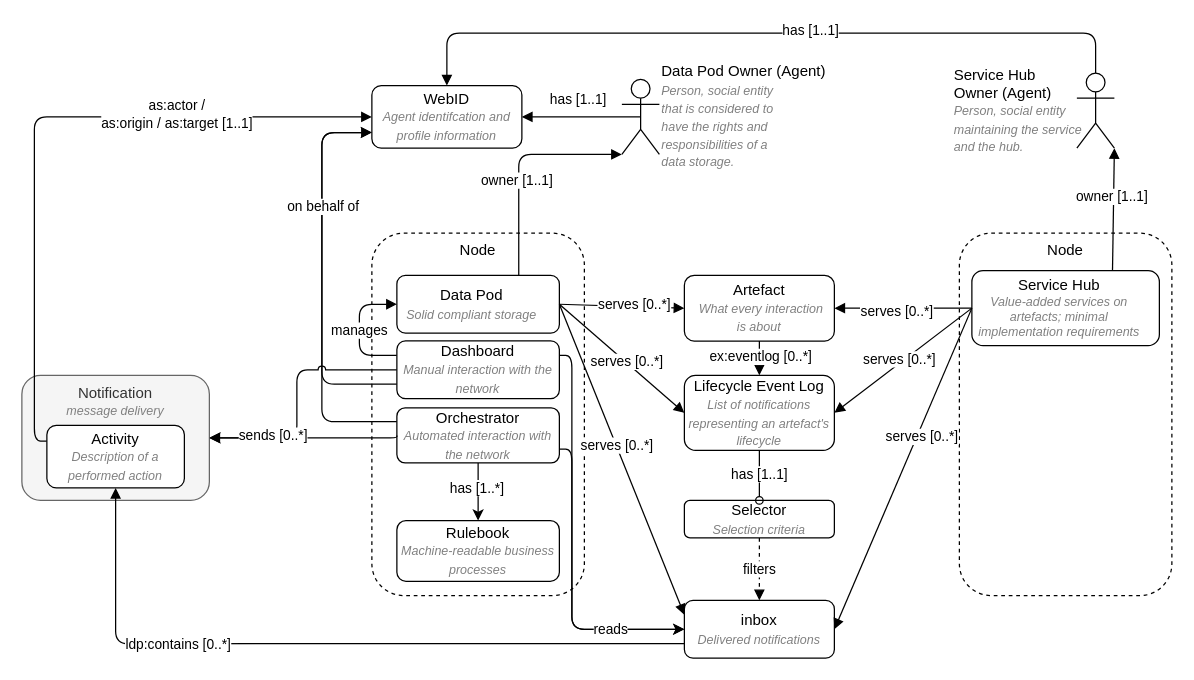
The draw.io diagram page "Solid" (2 of 3) of diagrams/terminology.drawio in MellonScholarlyCommunication/spec-overview, before the edit. Source tidied: cells renumbered, new cells numbered last; positions are measured from the earlier drawing's top-left corner, leaving out a move shared by most shapes. Both pictures are drawn from the tidied source at 125%, with x=0, y=0 at pixel (21, 32).
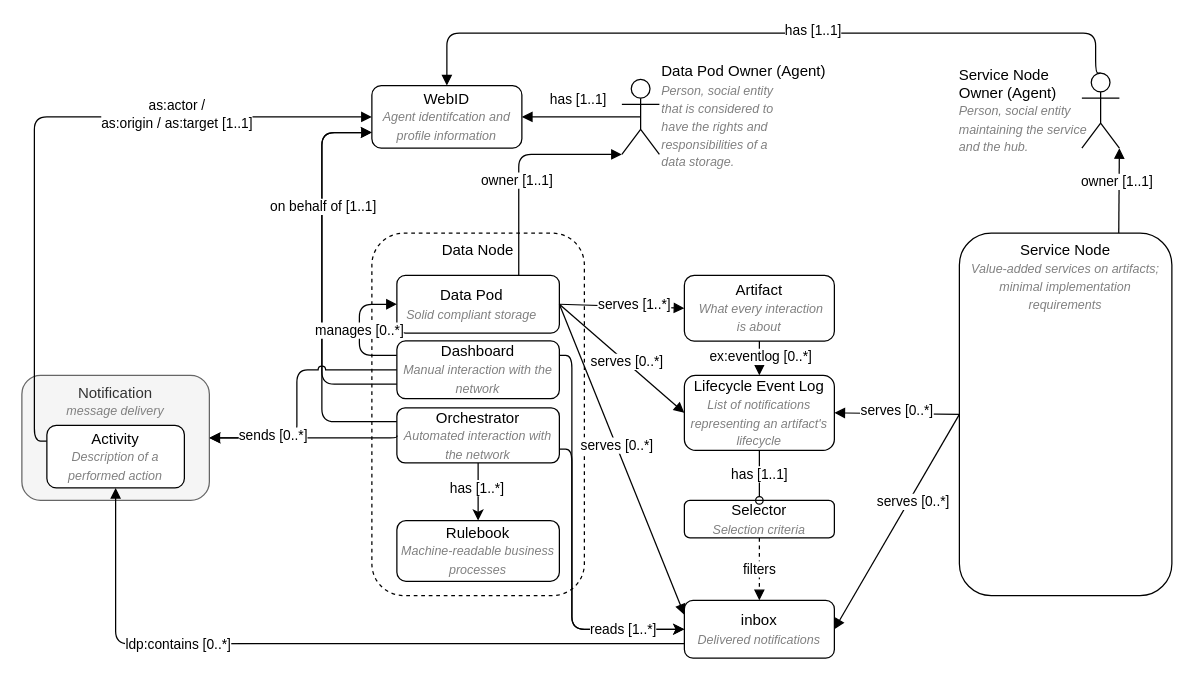
Above is the later version.

Unchanged cells that the change refers to:
```xml
<mxCell id="6" style="jumpStyle=arc;html=1;exitX=1;exitY=0.5;exitDx=0;exitDy=0;entryX=0;entryY=0.5;entryDx=0;entryDy=0;endArrow=block;endFill=1;" parent="1" edge="1" source="14" target="32">
  <mxGeometry relative="1" as="geometry" />
</mxCell>
<mxCell id="14" value="&lt;div&gt;Data Pod&lt;br&gt;&lt;/div&gt;&lt;div&gt;&lt;i&gt;&lt;font style=&quot;font-size: 10px&quot; color=&quot;#808080&quot;&gt;Solid compliant storage&lt;/font&gt;&lt;/i&gt;&lt;/div&gt;" style="rounded=1;whiteSpace=wrap;html=1;strokeWidth=1;strokeColor=default;align=center;verticalAlign=middle;spacingRight=10;fillColor=none;" parent="1" vertex="1">
  <mxGeometry x="300" y="193.8" width="130" height="46.2" as="geometry" />
</mxCell>
<mxCell id="17" style="edgeStyle=orthogonalEdgeStyle;jumpStyle=arc;html=1;exitX=1;exitY=0.75;exitDx=0;exitDy=0;entryX=0;entryY=0.5;entryDx=0;entryDy=0;endArrow=classic;endFill=1;" parent="1" edge="1" source="21" target="26">
  <mxGeometry relative="1" as="geometry">
    <Array as="points">
      <mxPoint x="440" y="333" />
      <mxPoint x="440" y="477" />
    </Array>
  </mxGeometry>
</mxCell>
<mxCell id="19" style="edgeStyle=orthogonalEdgeStyle;jumpStyle=arc;html=1;exitX=0;exitY=0.25;exitDx=0;exitDy=0;startArrow=none;startFill=0;endArrow=block;endFill=1;entryX=0;entryY=0.75;entryDx=0;entryDy=0;" parent="1" edge="1" source="21" target="46">
  <mxGeometry relative="1" as="geometry">
    <Array as="points">
      <mxPoint x="240" y="311" />
      <mxPoint x="240" y="80" />
    </Array>
  </mxGeometry>
</mxCell>
<mxCell id="24" value="Dashboard&lt;br&gt;&lt;i&gt;&lt;font style=&quot;font-size: 10px&quot; color=&quot;#808080&quot;&gt;Manual interaction with the network&lt;/font&gt;&lt;/i&gt;" style="rounded=1;whiteSpace=wrap;html=1;fillColor=default;" parent="1" vertex="1">
  <mxGeometry x="300" y="246.2" width="130" height="46.2" as="geometry" />
</mxCell>
<mxCell id="26" value="inbox&lt;br&gt;&lt;i&gt;&lt;font style=&quot;font-size: 10px&quot; color=&quot;#808080&quot;&gt;Delivered notifications&lt;/font&gt;&lt;/i&gt;" style="rounded=1;whiteSpace=wrap;html=1;fillColor=none;" parent="1" vertex="1">
  <mxGeometry x="530" y="453.8" width="120" height="46.2" as="geometry" />
</mxCell>
```

The edit, as a diff of the source:
```diff
@@
-    <mxCell id="2" value="Node" style="rounded=1;whiteSpace=wrap;html=1;dashed=1;verticalAlign=top;" parent="1" vertex="1">
+    <mxCell id="2" value="Service Node&lt;br&gt;&lt;i style=&quot;color: rgb(128 , 128 , 128) ; font-size: 10px&quot;&gt;Value-added services on artifacts; minimal implementation &lt;br&gt;requirements&lt;/i&gt;" style="rounded=1;whiteSpace=wrap;html=1;verticalAlign=top;" parent="1" vertex="1">
       <mxGeometry x="750" y="160" width="170" height="290" as="geometry" />
     </mxCell>
-    <mxCell id="3" value="Node" style="rounded=1;whiteSpace=wrap;html=1;dashed=1;verticalAlign=top;" parent="1" vertex="1">
+    <mxCell id="3" value="Data Node" style="rounded=1;whiteSpace=wrap;html=1;dashed=1;verticalAlign=top;" parent="1" vertex="1">
       <mxGeometry x="280" y="160" width="170" height="290" as="geometry" />
     </mxCell>
@@
-    <mxCell id="7" value="serves [0..*]" style="edgeLabel;html=1;align=center;verticalAlign=middle;" parent="6" vertex="1">
+    <mxCell id="7" value="serves [1..*]" style="edgeLabel;html=1;align=center;verticalAlign=middle;" parent="6" vertex="1">
       <mxGeometry x="0.18" y="2" relative="1" as="geometry" />
     </mxCell>
@@
-    <mxCell id="18" value="reads" style="edgeLabel;html=1;align=center;verticalAlign=middle;" parent="17" vertex="1">
+    <mxCell id="18" value="reads [1..*]" style="edgeLabel;html=1;align=center;verticalAlign=middle;" parent="17" vertex="1">
       <mxGeometry x="-0.1" y="4" relative="1" as="geometry">
-        <mxPoint x="26" y="44" as="offset" />
+        <mxPoint x="36" y="44" as="offset" />
       </mxGeometry>
     </mxCell>
@@
-    <mxCell id="20" value="on behalf of" style="edgeLabel;html=1;align=center;verticalAlign=middle;" parent="19" vertex="1">
+    <mxCell id="20" value="on behalf of [1..1]" style="edgeLabel;html=1;align=center;verticalAlign=middle;" parent="19" vertex="1">
       <mxGeometry x="0.4" relative="1" as="geometry" />
     </mxCell>
@@
-    <mxCell id="23" value="manages" style="edgeStyle=orthogonalEdgeStyle;jumpStyle=arc;html=1;exitX=0;exitY=0.25;exitDx=0;exitDy=0;entryX=0;entryY=0.5;entryDx=0;entryDy=0;startArrow=none;startFill=0;endArrow=block;endFill=1;" parent="1" edge="1" source="24" target="14">
+    <mxCell id="23" value="manages [0..*]" style="edgeStyle=orthogonalEdgeStyle;jumpStyle=arc;html=1;exitX=0;exitY=0.25;exitDx=0;exitDy=0;entryX=0;entryY=0.5;entryDx=0;entryDy=0;startArrow=none;startFill=0;endArrow=block;endFill=1;" parent="1" edge="1" source="24" target="14">
       <mxGeometry relative="1" as="geometry">
         <Array as="points">
           <mxPoint x="270" y="258" />
           <mxPoint x="270" y="217" />
         </Array>
       </mxGeometry>
     </mxCell>
@@
-    <mxCell id="29" value="Lifecycle Event Log&lt;br&gt;&lt;i&gt;&lt;font style=&quot;font-size: 10px&quot; color=&quot;#808080&quot;&gt;List of notifications representing an artefact's lifecycle&lt;/font&gt;&lt;/i&gt;" style="rounded=1;whiteSpace=wrap;html=1;fillColor=none;" parent="1" vertex="1">
+    <mxCell id="29" value="Lifecycle Event Log&lt;br&gt;&lt;i&gt;&lt;font style=&quot;font-size: 10px&quot; color=&quot;#808080&quot;&gt;List of notifications representing an artifact's lifecycle&lt;/font&gt;&lt;/i&gt;" style="rounded=1;whiteSpace=wrap;html=1;fillColor=none;" parent="1" vertex="1">
       <mxGeometry x="530" y="273.8" width="120" height="60" as="geometry" />
     </mxCell>
@@
-    <mxCell id="32" value="Artefact&lt;br&gt;&amp;nbsp;&lt;i&gt;&lt;font style=&quot;font-size: 10px&quot; color=&quot;#808080&quot;&gt;What every interaction &lt;br&gt;is about&lt;/font&gt;&lt;/i&gt;" style="rounded=1;whiteSpace=wrap;html=1;fillColor=none;strokeColor=#000000;strokeWidth=1;" parent="1" vertex="1">
+    <mxCell id="32" value="Artifact&lt;br&gt;&amp;nbsp;&lt;i&gt;&lt;font style=&quot;font-size: 10px&quot; color=&quot;#808080&quot;&gt;What every interaction &lt;br&gt;is about&lt;/font&gt;&lt;/i&gt;" style="rounded=1;whiteSpace=wrap;html=1;fillColor=none;strokeColor=#000000;strokeWidth=1;" parent="1" vertex="1">
       <mxGeometry x="530" y="193.8" width="120" height="52.5" as="geometry" />
     </mxCell>
@@
-    <mxCell id="47" style="edgeStyle=none;jumpStyle=arc;html=1;exitX=0;exitY=0.5;exitDx=0;exitDy=0;entryX=1;entryY=0.5;entryDx=0;entryDy=0;startArrow=none;startFill=0;endArrow=block;endFill=1;" parent="1" edge="1" source="55" target="32">
-      <mxGeometry relative="1" as="geometry" />
-    </mxCell>
-    <mxCell id="48" value="serves [0..*]" style="edgeLabel;html=1;align=center;verticalAlign=middle;" parent="47" vertex="1">
-      <mxGeometry x="0.11" y="2" relative="1" as="geometry" />
-    </mxCell>
-    <mxCell id="49" style="edgeStyle=none;jumpStyle=arc;html=1;exitX=0;exitY=0.5;exitDx=0;exitDy=0;entryX=1;entryY=0.5;entryDx=0;entryDy=0;startArrow=none;startFill=0;endArrow=block;endFill=1;" parent="1" edge="1" source="55" target="29">
+    <mxCell id="49" style="edgeStyle=none;jumpStyle=arc;html=1;exitX=0;exitY=0.5;exitDx=0;exitDy=0;entryX=1;entryY=0.5;entryDx=0;entryDy=0;startArrow=none;startFill=0;endArrow=block;endFill=1;" parent="1" edge="1" source="2" target="29">
       <mxGeometry relative="1" as="geometry" />
     </mxCell>
@@
-    <mxCell id="51" style="edgeStyle=none;jumpStyle=arc;html=1;exitX=0;exitY=0.5;exitDx=0;exitDy=0;entryX=1;entryY=0.5;entryDx=0;entryDy=0;startArrow=none;startFill=0;endArrow=block;endFill=1;" parent="1" edge="1" source="55" target="26">
+    <mxCell id="51" style="edgeStyle=none;jumpStyle=arc;html=1;exitX=0;exitY=0.5;exitDx=0;exitDy=0;entryX=1;entryY=0.5;entryDx=0;entryDy=0;startArrow=none;startFill=0;endArrow=block;endFill=1;" parent="1" edge="1" source="2" target="26">
       <mxGeometry relative="1" as="geometry" />
     </mxCell>
@@
-    <mxCell id="53" style="edgeStyle=none;jumpStyle=arc;html=1;exitX=0.75;exitY=0;exitDx=0;exitDy=0;entryX=1;entryY=1;entryDx=0;entryDy=0;entryPerimeter=0;startArrow=none;startFill=0;endArrow=block;endFill=1;spacingTop=0;" parent="1" edge="1" source="55" target="58">
+    <mxCell id="53" style="edgeStyle=none;jumpStyle=arc;html=1;exitX=0.75;exitY=0;exitDx=0;exitDy=0;entryX=1;entryY=1;entryDx=0;entryDy=0;entryPerimeter=0;startArrow=none;startFill=0;endArrow=block;endFill=1;spacingTop=0;" parent="1" edge="1" source="2" target="58">
       <mxGeometry relative="1" as="geometry" />
     </mxCell>
@@
-    <mxCell id="55" value="&lt;div&gt;Service Hub&lt;br&gt;&lt;/div&gt;&lt;div style=&quot;font-size: 10px&quot;&gt;&lt;font color=&quot;#808080&quot;&gt;&lt;i&gt;Value-added services on artefacts; minimal implementation requirements&lt;/i&gt;&lt;/font&gt;&lt;/div&gt;" style="rounded=1;whiteSpace=wrap;html=1;strokeWidth=1;strokeColor=default;align=center;verticalAlign=middle;spacingRight=10;fillColor=none;" parent="1" vertex="1">
-      <mxGeometry x="760" y="190" width="150" height="60" as="geometry" />
-    </mxCell>
@@
-    <mxCell id="58" value="Service Hub&lt;br&gt;Owner (Agent)&lt;br&gt;&lt;i style=&quot;font-size: 10px&quot;&gt;&lt;font color=&quot;#808080&quot;&gt;Person, social entity &lt;br&gt;maintaining the service &lt;br&gt;and the hub.&lt;/font&gt;&lt;/i&gt;" style="shape=umlActor;verticalLabelPosition=middle;verticalAlign=middle;html=1;outlineConnect=0;labelPosition=left;align=left;spacingLeft=-70;" parent="1" vertex="1">
-      <mxGeometry x="844" y="32" width="30" height="60" as="geometry" />
+    <mxCell id="58" value="Service Node&lt;br&gt;Owner (Agent)&lt;br&gt;&lt;i style=&quot;font-size: 10px&quot;&gt;&lt;font color=&quot;#808080&quot;&gt;Person, social entity &lt;br&gt;maintaining the service &lt;br&gt;and the hub.&lt;/font&gt;&lt;/i&gt;" style="shape=umlActor;verticalLabelPosition=middle;verticalAlign=middle;html=1;outlineConnect=0;labelPosition=left;align=left;spacingLeft=-70;" parent="1" vertex="1">
+      <mxGeometry x="848" y="32" width="30" height="60" as="geometry" />
     </mxCell>
```
